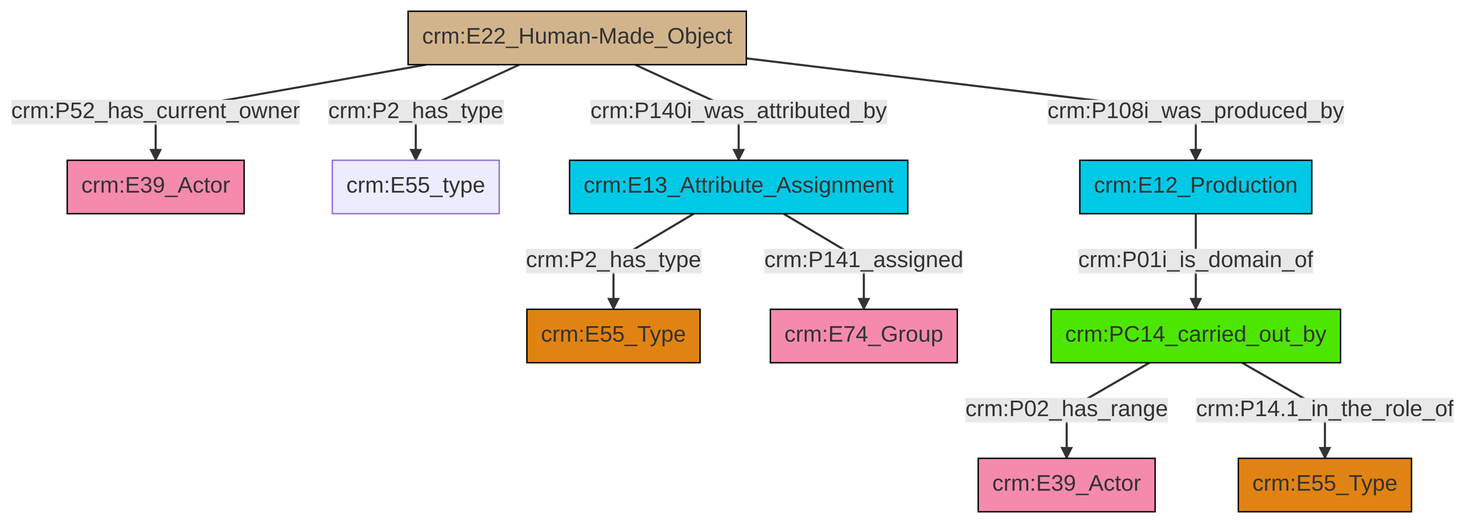
Before: et/builtWorkCSV/ttl/mmd/png/Built_Work_actor_relations.png, a diagram exported from Mermaid (swiss-art-research-net/reference-data-models). Its source is kept beside it as et/builtWorkCSV/ttl/mmd/Built_Work_actor_relations.ttl.mmd.
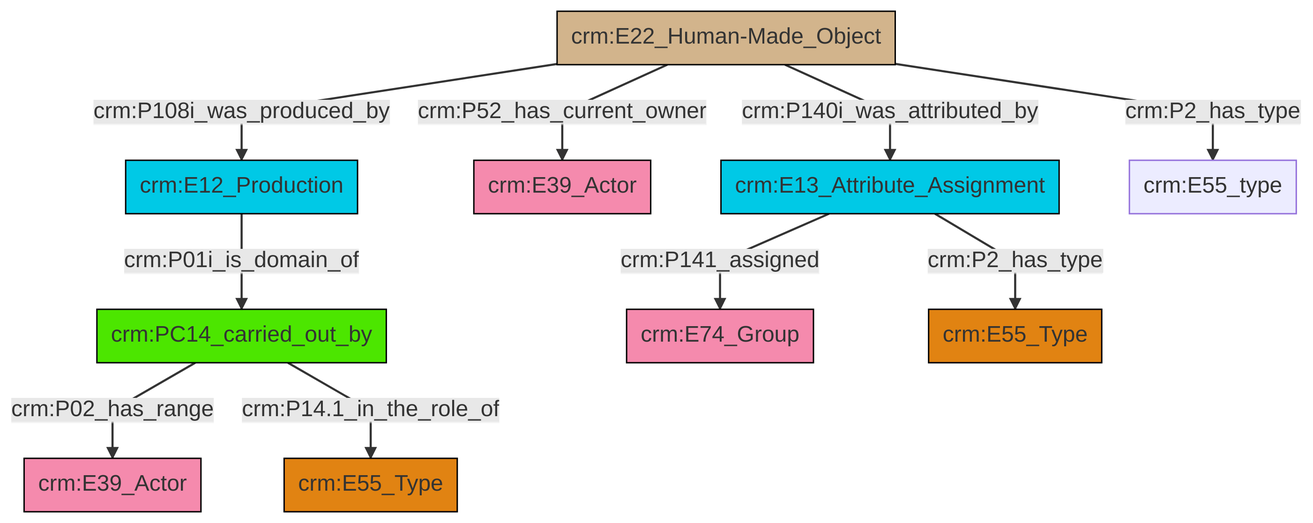
Above is the later version.

Change to the diagram source:
```diff
@@ -13,12 +13,12 @@
 classDef PC_Classes fill:#4ce600, stroke:#000000;
 classDef Multi fill:#cccccc,stroke:#000000;
 
-0["crm:E22_Human-Made_Object"]:::Physical_Thing -->|crm:P52_has_current_owner| 1["crm:E39_Actor"]:::Actor
-0["crm:E22_Human-Made_Object"]:::Physical_Thing -->|crm:P2_has_type| 2["crm:E55_type"]:::Default
-3["crm:E13_Attribute_Assignment"]:::Temporal_Entity -->|crm:P2_has_type| 4["crm:E55_Type"]:::Type
-7["crm:PC14_carried_out_by"]:::PC_Classes -->|crm:P02_has_range| 19["crm:E39_Actor"]:::Actor
-0["crm:E22_Human-Made_Object"]:::Physical_Thing -->|crm:P108i_was_produced_by| 13["crm:E12_Production"]:::Temporal_Entity
-7["crm:PC14_carried_out_by"]:::PC_Classes -->|crm:P14.1_in_the_role_of| 11["crm:E55_Type"]:::Type
-3["crm:E13_Attribute_Assignment"]:::Temporal_Entity -->|crm:P141_assigned| 5["crm:E74_Group"]:::Actor
-0["crm:E22_Human-Made_Object"]:::Physical_Thing -->|crm:P140i_was_attributed_by| 3["crm:E13_Attribute_Assignment"]:::Temporal_Entity
-13["crm:E12_Production"]:::Temporal_Entity -->|crm:P01i_is_domain_of| 7["crm:PC14_carried_out_by"]:::PC_Classes
+0["crm:PC14_carried_out_by"]:::PC_Classes -->|crm:P02_has_range| 1["crm:E39_Actor"]:::Actor
+2["crm:E13_Attribute_Assignment"]:::Temporal_Entity -->|crm:P141_assigned| 3["crm:E74_Group"]:::Actor
+6["crm:E22_Human-Made_Object"]:::Physical_Thing -->|crm:P108i_was_produced_by| 7["crm:E12_Production"]:::Temporal_Entity
+6["crm:E22_Human-Made_Object"]:::Physical_Thing -->|crm:P2_has_type| 10["crm:E55_type"]:::Default
+6["crm:E22_Human-Made_Object"]:::Physical_Thing -->|crm:P52_has_current_owner| 4["crm:E39_Actor"]:::Actor
+6["crm:E22_Human-Made_Object"]:::Physical_Thing -->|crm:P140i_was_attributed_by| 2["crm:E13_Attribute_Assignment"]:::Temporal_Entity
+0["crm:PC14_carried_out_by"]:::PC_Classes -->|crm:P14.1_in_the_role_of| 8["crm:E55_Type"]:::Type
+2["crm:E13_Attribute_Assignment"]:::Temporal_Entity -->|crm:P2_has_type| 12["crm:E55_Type"]:::Type
+7["crm:E12_Production"]:::Temporal_Entity -->|crm:P01i_is_domain_of| 0["crm:PC14_carried_out_by"]:::PC_Classes
```
